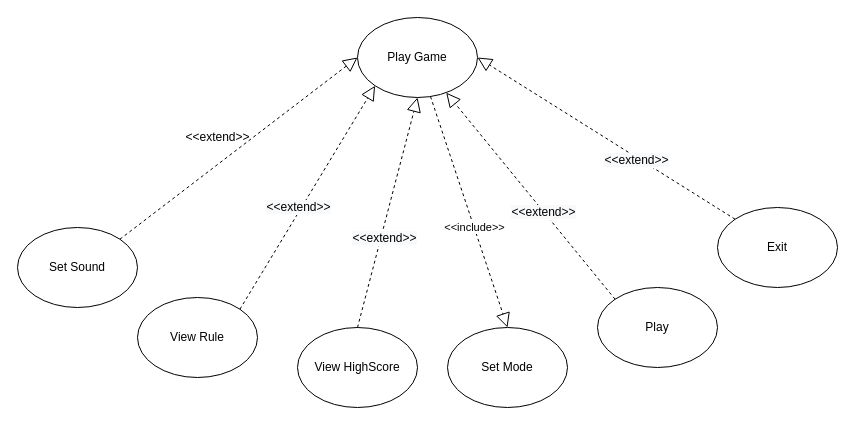
huytruengusi/Battleship-OOP keeps this draw.io diagram as page "USECASE Play Game" (3 of 7) of Untitled Diagram.drawio. Above is the earlier version. Source tidied: cells renumbered, new cells numbered last; positions are measured from the earlier drawing's top-left corner, leaving out a move shared by most shapes. Both pictures are drawn from the tidied source at 100%, with x=0, y=0 at pixel (17, 17).
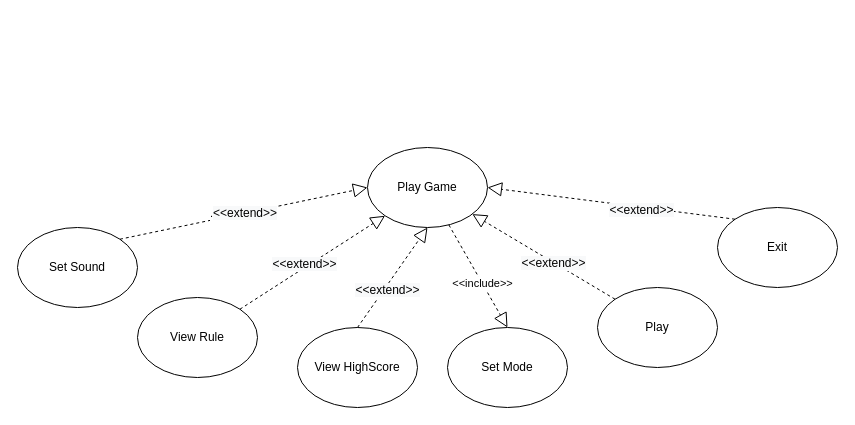
The same page after the edit.

The change refers to these unchanged cells:
```xml
<mxCell id="3" value="Set Sound" style="ellipse;whiteSpace=wrap;html=1;strokeColor=default;" parent="1" vertex="1">
  <mxGeometry y="210" width="120" height="80" as="geometry" />
</mxCell>
```

Change to the diagram source:
```diff
@@
     <mxCell id="2" value="Play Game" style="ellipse;whiteSpace=wrap;html=1;strokeColor=default;" parent="1" vertex="1">
-      <mxGeometry x="340" width="120" height="80" as="geometry" />
+      <mxGeometry x="350" y="130" width="120" height="80" as="geometry" />
     </mxCell>
@@
-    <mxCell id="9" style="endArrow=block;dashed=1;endFill=0;endSize=12;html=1;rounded=0;exitX=1;exitY=0;exitDx=0;exitDy=0;entryX=0;entryY=0.5;entryDx=0;entryDy=0;" parent="1" edge="1" source="3" target="2">
+    <mxCell id="9" value=".&lt;span style=&quot;font-size: 12px; background-color: rgb(248, 249, 250);&quot;&gt;&amp;lt;&amp;lt;extend&amp;gt;&amp;gt;&lt;/span&gt;" style="endArrow=block;dashed=1;endFill=0;endSize=12;html=1;rounded=0;exitX=1;exitY=0;exitDx=0;exitDy=0;entryX=0;entryY=0.5;entryDx=0;entryDy=0;" parent="1" edge="1" source="3" target="2">
       <mxGeometry relative="1" as="geometry" />
     </mxCell>
@@
-    <mxCell id="20" value="&amp;lt;&amp;lt;extend&amp;gt;&amp;gt;" style="text;html=1;align=center;verticalAlign=middle;strokeColor=none;fillColor=none;" parent="1" vertex="1">
-      <mxGeometry x="155" y="105" width="90" height="30" as="geometry" />
-    </mxCell>
```
